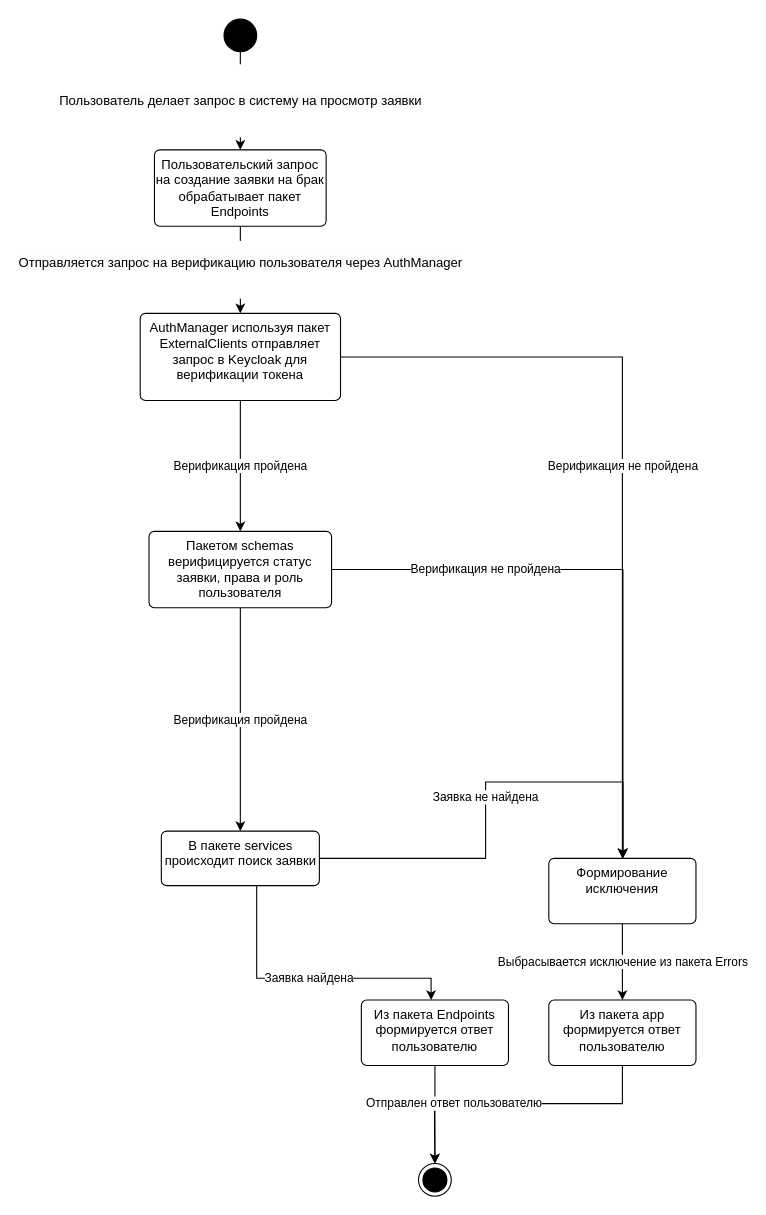
GulDilin/itmo keeps this draw.io diagram as page "logical view" (2 of 3) of magistracy/software-engeneering-methodology/diagrams/State_UC-Open-Request.drawio. Above is the earlier version. Source tidied: cells renumbered, new cells numbered last; positions are measured from the earlier drawing's top-left corner, leaving out a move shared by most shapes. Both pictures are drawn from the tidied source at 109%, with x=0, y=0 at pixel (140, 19).
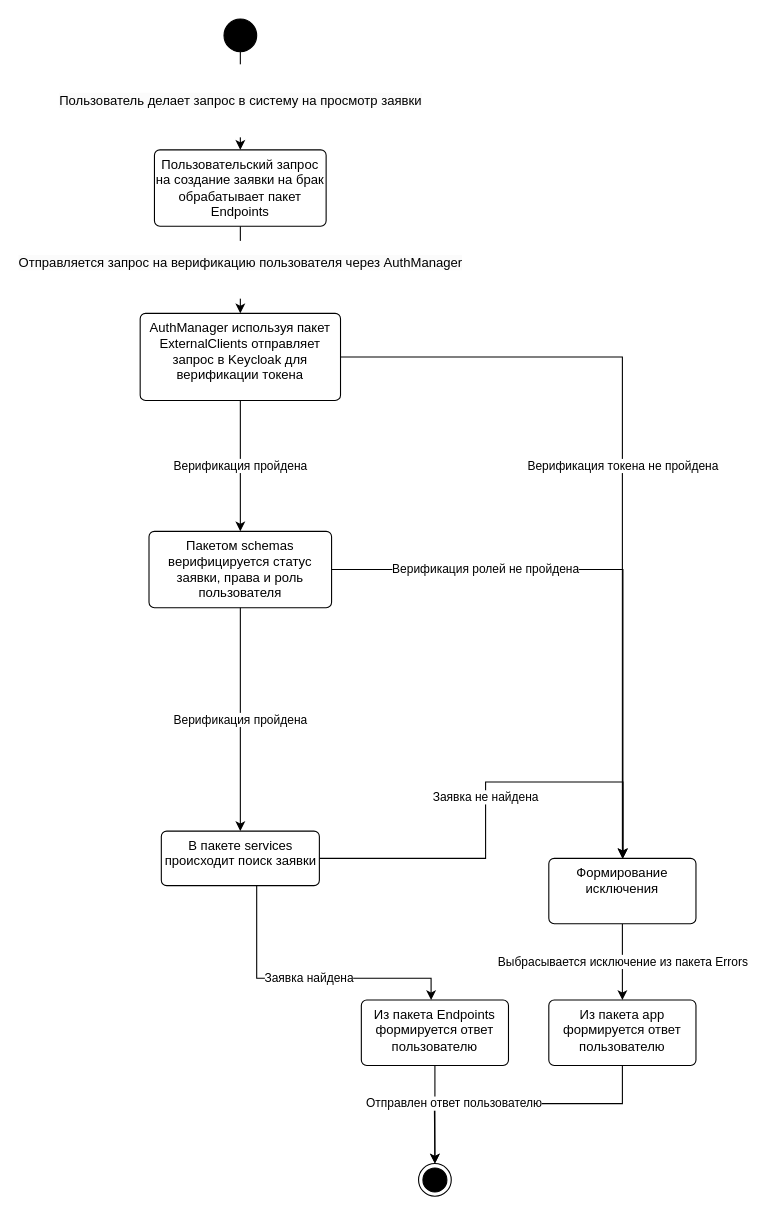
After the change.

Unchanged cells that the change refers to:
```xml
<mxCell id="7" value="Пакетом schemas верифицируется статус заявки, права и роль пользователя" style="html=1;align=center;verticalAlign=top;rounded=1;absoluteArcSize=1;arcSize=10;dashed=0;whiteSpace=wrap;" parent="1" vertex="1">
  <mxGeometry x="8.2" y="470" width="167.5" height="70" as="geometry" />
</mxCell>
<mxCell id="17" value="AuthManager используя пакет ExternalClients отправляет запрос в Keycloak для верификации токена" style="html=1;align=center;verticalAlign=top;rounded=1;absoluteArcSize=1;arcSize=10;dashed=0;whiteSpace=wrap;" parent="1" vertex="1">
  <mxGeometry x="0.1" y="270" width="183.8" height="80" as="geometry" />
</mxCell>
<mxCell id="19" value="Формирование исключения" style="html=1;align=center;verticalAlign=top;rounded=1;absoluteArcSize=1;arcSize=10;dashed=0;whiteSpace=wrap;" parent="1" vertex="1">
  <mxGeometry x="375" y="770" width="135" height="60" as="geometry" />
</mxCell>
```

Change to the diagram source:
```diff
@@
-    <mxCell id="9" value="Верификация не пройдена" style="edgeStyle=orthogonalEdgeStyle;rounded=0;jettySize=auto;html=1;" parent="1" edge="1" source="17" target="19">
+    <mxCell id="9" value="Верификация токена не пройдена" style="edgeStyle=orthogonalEdgeStyle;rounded=0;jettySize=auto;html=1;" parent="1" edge="1" source="17" target="19">
       <mxGeometry relative="1" as="geometry" />
     </mxCell>
@@
-    <mxCell id="16" value="Верификация не пройдена" style="edgeStyle=orthogonalEdgeStyle;rounded=0;jettySize=auto;html=1;" parent="1" edge="1" source="7" target="19">
+    <mxCell id="16" value="Верификация ролей не пройдена" style="edgeStyle=orthogonalEdgeStyle;rounded=0;jettySize=auto;html=1;" parent="1" edge="1" source="7" target="19">
       <mxGeometry x="-0.47" relative="1" as="geometry">
         <Array as="points">
           <mxPoint x="443" y="505" />
         </Array>
       </mxGeometry>
     </mxCell>
```
